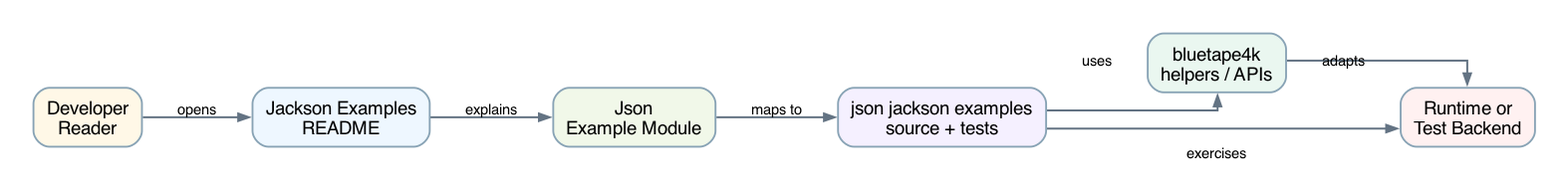
Before: docs/images/readme-diagrams/json-jackson-examples-readme-architecture-01.png, a diagram exported from Graphviz (bluetape4k/bluetape4k-workshop). Its source is kept beside it as docs/images/readme-diagrams/json-jackson-examples-readme-architecture-01.dot. The source it was exported from:
```dot
digraph G {
  graph [
    rankdir=LR,
    bgcolor="white",
    pad="0.35",
    nodesep="0.55",
    ranksep="0.75",
    splines=ortho,
    outputorder=edgesfirst
  ];
  node [
    shape=box,
    style="rounded,filled",
    penwidth=1.4,
    color="#88A3B5",
    fillcolor="#F6FAFF",
    fontname="Helvetica",
    fontsize=14,
    margin="0.14,0.10"
  ];
  edge [
    color="#637383",
    arrowsize=0.8,
    penwidth=1.5,
    fontname="Helvetica",
    fontsize=11
  ];

  reader [label="Developer\nReader", fillcolor="#FFF8E7"];
  readme [label="Jackson Examples\nREADME", fillcolor="#EEF7FF"];
  module [label="Json\nExample Module", fillcolor="#F1F8E9"];
  source [label="json jackson examples\nsource + tests", fillcolor="#F5F0FF"];
  bt [label="bluetape4k\nhelpers / APIs", fillcolor="#EAF7F0"];
  runtime [label="Runtime or\nTest Backend", fillcolor="#FFF1F1"];

  reader -> readme [label="opens"];
  readme -> module [label="explains"];
  module -> source [label="maps to"];
  source -> bt [label="uses"];
  source -> runtime [label="exercises"];
  bt -> runtime [label="adapts"];
}
```
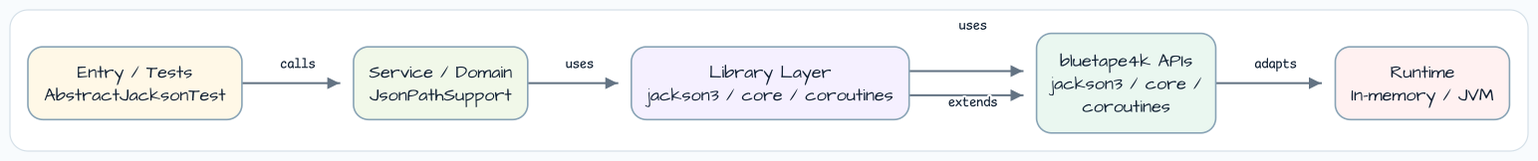
The same file after the commit.

What changed in the source:
```diff
@@ -14,7 +14,7 @@
     penwidth=1.4,
     color="#88A3B5",
     fillcolor="#F6FAFF",
-    fontname="Helvetica",
+    fontname="Architects Daughter",
     fontsize=14,
     margin="0.14,0.10"
   ];
@@ -22,21 +22,19 @@
     color="#637383",
     arrowsize=0.8,
     penwidth=1.5,
-    fontname="Helvetica",
+    fontname="Comic Mono",
     fontsize=11
   ];
 
-  reader [label="Developer\nReader", fillcolor="#FFF8E7"];
-  readme [label="Jackson Examples\nREADME", fillcolor="#EEF7FF"];
-  module [label="Json\nExample Module", fillcolor="#F1F8E9"];
-  source [label="json jackson examples\nsource + tests", fillcolor="#F5F0FF"];
-  bt [label="bluetape4k\nhelpers / APIs", fillcolor="#EAF7F0"];
-  runtime [label="Runtime or\nTest Backend", fillcolor="#FFF1F1"];
+  entry [label="Entry / Tests\nAbstractJacksonTest", fillcolor="#FFF8E7"];
+  service [label="Service / Domain\nJsonPathSupport", fillcolor="#F1F8E9"];
+  infra [label="Library Layer\njackson3 / core / coroutines", fillcolor="#F5F0FF"];
+  bt [label="bluetape4k APIs\njackson3 / core /\ncoroutines", fillcolor="#EAF7F0"];
+  runtime [label="Runtime\nIn-memory / JVM", fillcolor="#FFF1F1"];
 
-  reader -> readme [label="opens"];
-  readme -> module [label="explains"];
-  module -> source [label="maps to"];
-  source -> bt [label="uses"];
-  source -> runtime [label="exercises"];
+  entry -> service [label="calls"];
+  service -> infra [label="uses"];
+  infra -> bt [label="uses"];
+  infra -> bt [label="extends"];
   bt -> runtime [label="adapts"];
 }
```
